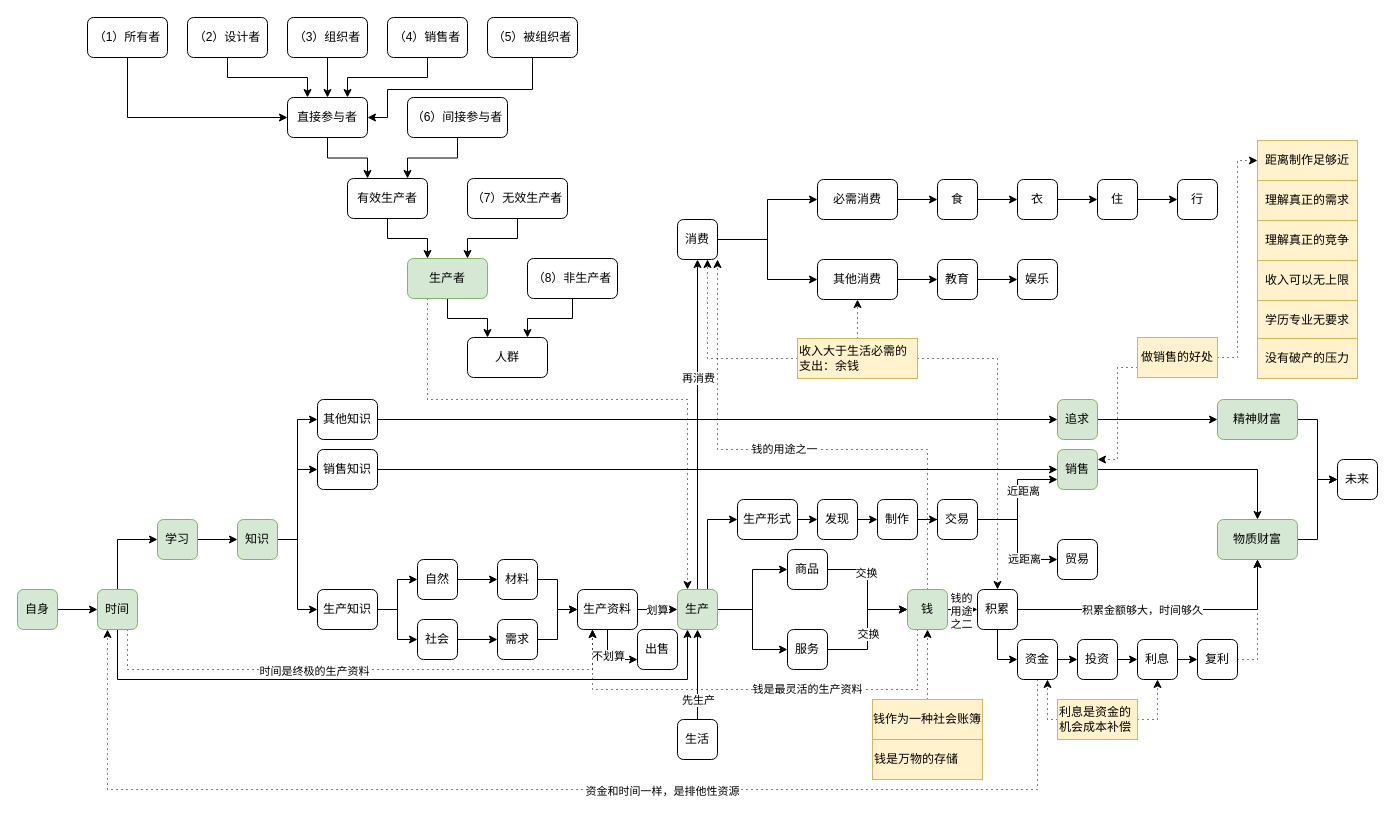
yanhanfrontend/draw.io.workspace keeps this draw.io diagram as 财富的真相.drawio. Above is the earlier version. Source tidied: cells renumbered, new cells numbered last; positions are measured from the earlier drawing's top-left corner, leaving out a move shared by most shapes. Both pictures are drawn from the tidied source at 100%, with x=0, y=0 at pixel (17, 17).
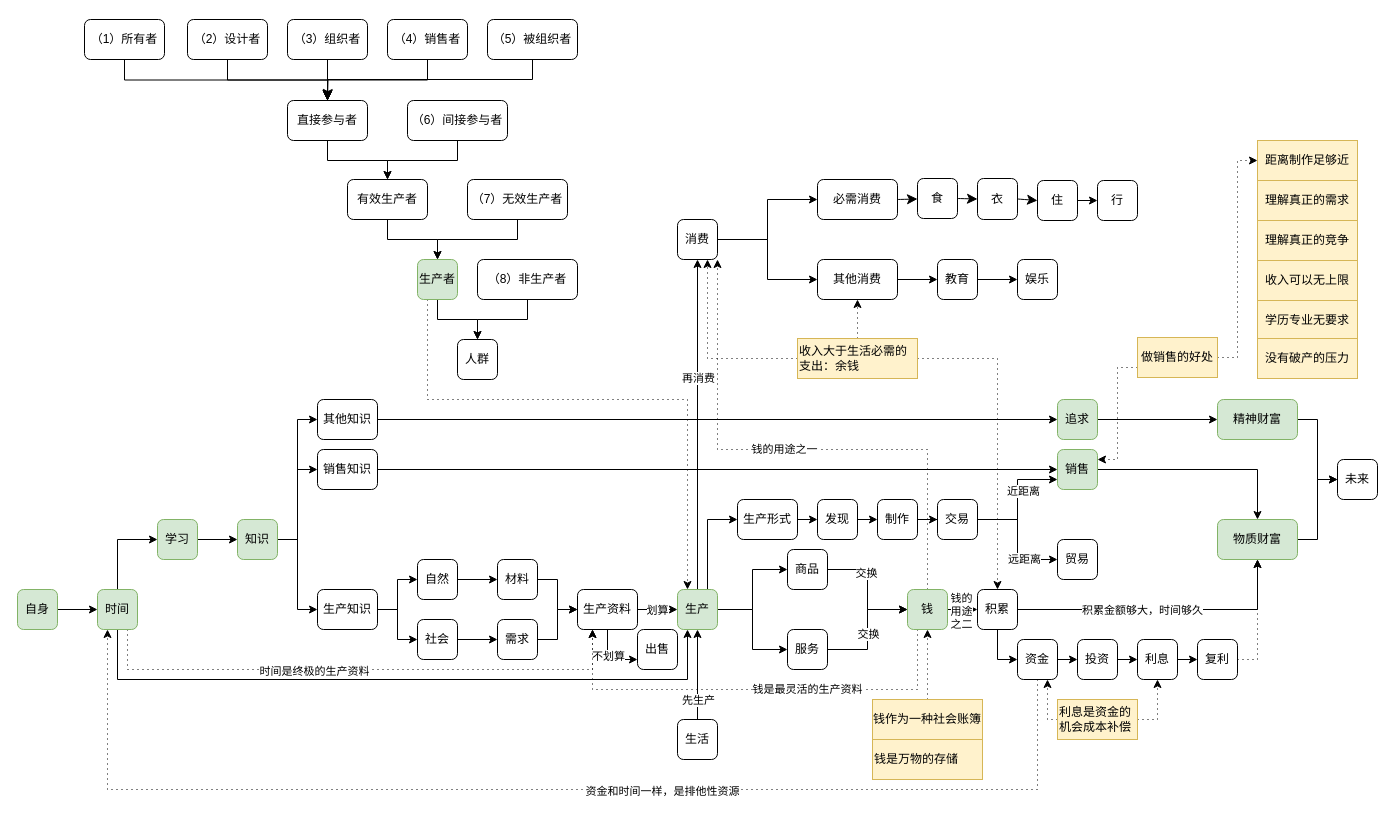
The same diagram, later.

Commit message:
更新财富的真相.drawio

The change refers to these unchanged cells:
```xml
<mxCell id="15" value="必需消费" style="rounded=1;whiteSpace=wrap;html=1;" parent="1" vertex="1">
  <mxGeometry x="800" y="162" width="80" height="40" as="geometry" />
</mxCell>
```

What changed in the source:
```diff
@@
-    <mxCell id="14" style="edgeStyle=orthogonalEdgeStyle;rounded=0;jettySize=auto;html=1;exitX=1;exitY=0.5;exitDx=0;exitDy=0;entryX=0;entryY=0.5;entryDx=0;entryDy=0;" parent="1" edge="1" source="15" target="19">
+    <mxCell id="14" style="edgeStyle=none;curved=1;rounded=0;jettySize=auto;html=1;exitX=1;exitY=0.5;exitDx=0;exitDy=0;fontSize=12;startSize=8;endSize=8;" parent="1" edge="1" source="15" target="19">
       <mxGeometry relative="1" as="geometry" />
     </mxCell>
@@
-    <mxCell id="18" style="edgeStyle=orthogonalEdgeStyle;rounded=0;jettySize=auto;html=1;exitX=1;exitY=0.5;exitDx=0;exitDy=0;entryX=0;entryY=0.5;entryDx=0;entryDy=0;" parent="1" edge="1" source="19" target="21">
+    <mxCell id="18" style="edgeStyle=none;curved=1;rounded=0;jettySize=auto;html=1;exitX=1;exitY=0.5;exitDx=0;exitDy=0;entryX=0;entryY=0.5;entryDx=0;entryDy=0;fontSize=12;startSize=8;endSize=8;" parent="1" edge="1" source="19" target="21">
       <mxGeometry relative="1" as="geometry" />
     </mxCell>
     <mxCell id="19" value="食" style="rounded=1;whiteSpace=wrap;html=1;" parent="1" vertex="1">
-      <mxGeometry x="920" y="162" width="40" height="40" as="geometry" />
+      <mxGeometry x="900" y="161" width="40" height="40" as="geometry" />
     </mxCell>
-    <mxCell id="20" style="edgeStyle=orthogonalEdgeStyle;rounded=0;jettySize=auto;html=1;exitX=1;exitY=0.5;exitDx=0;exitDy=0;entryX=0;entryY=0.5;entryDx=0;entryDy=0;" parent="1" edge="1" source="21" target="23">
+    <mxCell id="20" style="edgeStyle=none;curved=1;rounded=0;jettySize=auto;html=1;exitX=1;exitY=0.5;exitDx=0;exitDy=0;entryX=0;entryY=0.5;entryDx=0;entryDy=0;fontSize=12;startSize=8;endSize=8;" parent="1" edge="1" source="21" target="23">
       <mxGeometry relative="1" as="geometry" />
     </mxCell>
     <mxCell id="21" value="衣" style="rounded=1;whiteSpace=wrap;html=1;" parent="1" vertex="1">
-      <mxGeometry x="1000" y="162" width="40" height="40" as="geometry" />
+      <mxGeometry x="960" y="161" width="40" height="41" as="geometry" />
     </mxCell>
@@
     <mxCell id="23" value="住" style="rounded=1;whiteSpace=wrap;html=1;" parent="1" vertex="1">
-      <mxGeometry x="1080" y="162" width="40" height="40" as="geometry" />
+      <mxGeometry x="1020" y="163" width="40" height="40" as="geometry" />
     </mxCell>
     <mxCell id="24" value="行" style="rounded=1;whiteSpace=wrap;html=1;" parent="1" vertex="1">
-      <mxGeometry x="1160" y="162" width="40" height="40" as="geometry" />
+      <mxGeometry x="1080" y="163" width="40" height="40" as="geometry" />
     </mxCell>
@@
-    <mxCell id="77" style="edgeStyle=orthogonalEdgeStyle;rounded=0;jettySize=auto;html=1;exitX=0.5;exitY=1;exitDx=0;exitDy=0;entryX=0.25;entryY=0;entryDx=0;entryDy=0;" parent="1" edge="1" source="78" target="84">
+    <mxCell id="77" style="edgeStyle=orthogonalEdgeStyle;rounded=0;jettySize=auto;html=1;exitX=0.5;exitY=1;exitDx=0;exitDy=0;entryX=0.5;entryY=0;entryDx=0;entryDy=0;fontSize=12;startSize=8;endSize=8;" parent="1" edge="1" source="78" target="84">
       <mxGeometry relative="1" as="geometry" />
     </mxCell>
     <mxCell id="78" value="（2）设计者" style="rounded=1;whiteSpace=wrap;html=1;" parent="1" vertex="1">
-      <mxGeometry x="170" width="80" height="40" as="geometry" />
+      <mxGeometry x="170" y="2" width="80" height="40" as="geometry" />
     </mxCell>
@@
     <mxCell id="80" value="（3）组织者" style="rounded=1;whiteSpace=wrap;html=1;" parent="1" vertex="1">
-      <mxGeometry x="270" width="80" height="40" as="geometry" />
+      <mxGeometry x="270" y="2" width="80" height="40" as="geometry" />
     </mxCell>
-    <mxCell id="81" style="edgeStyle=orthogonalEdgeStyle;rounded=0;jettySize=auto;html=1;exitX=0.5;exitY=1;exitDx=0;exitDy=0;entryX=0.75;entryY=0;entryDx=0;entryDy=0;" parent="1" edge="1" source="82" target="92">
+    <mxCell id="81" style="edgeStyle=orthogonalEdgeStyle;rounded=0;jettySize=auto;html=1;exitX=0.5;exitY=1;exitDx=0;exitDy=0;entryX=0.5;entryY=0;entryDx=0;entryDy=0;" parent="1" edge="1" source="82" target="92">
       <mxGeometry relative="1" as="geometry" />
     </mxCell>
     <mxCell id="82" value="（6）间接参与者" style="rounded=1;whiteSpace=wrap;html=1;" parent="1" vertex="1">
-      <mxGeometry x="390" y="80" width="100" height="40" as="geometry" />
+      <mxGeometry x="390" y="83" width="100" height="40" as="geometry" />
     </mxCell>
-    <mxCell id="83" style="edgeStyle=orthogonalEdgeStyle;rounded=0;jettySize=auto;html=1;exitX=0.5;exitY=1;exitDx=0;exitDy=0;entryX=0.25;entryY=0;entryDx=0;entryDy=0;" parent="1" edge="1" source="84" target="92">
+    <mxCell id="83" style="edgeStyle=orthogonalEdgeStyle;rounded=0;jettySize=auto;html=1;exitX=0.5;exitY=1;exitDx=0;exitDy=0;entryX=0.5;entryY=0;entryDx=0;entryDy=0;" parent="1" edge="1" source="84" target="92">
       <mxGeometry relative="1" as="geometry" />
     </mxCell>
     <mxCell id="84" value="直接参与者" style="rounded=1;whiteSpace=wrap;html=1;" parent="1" vertex="1">
-      <mxGeometry x="270" y="80" width="80" height="40" as="geometry" />
+      <mxGeometry x="270" y="83" width="80" height="40" as="geometry" />
     </mxCell>
-    <mxCell id="85" style="edgeStyle=orthogonalEdgeStyle;rounded=0;jettySize=auto;html=1;exitX=0.5;exitY=1;exitDx=0;exitDy=0;entryX=1;entryY=0.5;entryDx=0;entryDy=0;" parent="1" edge="1" source="86" target="84">
-      <mxGeometry relative="1" as="geometry">
-        <Array as="points">
-          <mxPoint x="515" y="72" />
-          <mxPoint x="370" y="72" />
-          <mxPoint x="370" y="100" />
-        </Array>
-      </mxGeometry>
-    </mxCell>
+    <mxCell id="153" style="edgeStyle=orthogonalEdgeStyle;shape=connector;rounded=0;jettySize=auto;html=1;exitX=0.5;exitY=1;exitDx=0;exitDy=0;strokeColor=default;align=center;verticalAlign=middle;fontFamily=Helvetica;fontSize=12;fontColor=default;labelBackgroundColor=default;startSize=8;endArrow=classic;endSize=8;" parent="1" edge="1" source="86">
+      <mxGeometry relative="1" as="geometry">
+        <mxPoint x="310" y="82" as="targetPoint" />
+      </mxGeometry>
+    </mxCell>
     <mxCell id="86" value="（5）被组织者" style="rounded=1;whiteSpace=wrap;html=1;" parent="1" vertex="1">
-      <mxGeometry x="470" width="90" height="40" as="geometry" />
+      <mxGeometry x="470" y="2" width="90" height="40" as="geometry" />
     </mxCell>
-    <mxCell id="87" style="edgeStyle=orthogonalEdgeStyle;rounded=0;jettySize=auto;html=1;exitX=0.5;exitY=1;exitDx=0;exitDy=0;entryX=0;entryY=0.5;entryDx=0;entryDy=0;" parent="1" edge="1" source="88" target="84">
+    <mxCell id="87" style="edgeStyle=orthogonalEdgeStyle;rounded=0;jettySize=auto;html=1;exitX=0.5;exitY=1;exitDx=0;exitDy=0;entryX=0.5;entryY=0;entryDx=0;entryDy=0;" parent="1" edge="1" source="88" target="84">
       <mxGeometry relative="1" as="geometry" />
     </mxCell>
     <mxCell id="88" value="（1）所有者" style="rounded=1;whiteSpace=wrap;html=1;" parent="1" vertex="1">
-      <mxGeometry x="70" width="80" height="40" as="geometry" />
+      <mxGeometry x="67" y="2" width="80" height="40" as="geometry" />
     </mxCell>
-    <mxCell id="89" style="edgeStyle=orthogonalEdgeStyle;rounded=0;jettySize=auto;html=1;exitX=0.5;exitY=1;exitDx=0;exitDy=0;entryX=0.75;entryY=0;entryDx=0;entryDy=0;" parent="1" edge="1" source="90" target="84">
+    <mxCell id="89" style="edgeStyle=orthogonalEdgeStyle;rounded=0;jettySize=auto;html=1;exitX=0.5;exitY=1;exitDx=0;exitDy=0;entryX=0.5;entryY=0;entryDx=0;entryDy=0;fontSize=12;startSize=8;endSize=8;" parent="1" edge="1" source="90" target="84">
       <mxGeometry relative="1" as="geometry" />
     </mxCell>
     <mxCell id="90" value="（4）销售者" style="rounded=1;whiteSpace=wrap;html=1;" parent="1" vertex="1">
-      <mxGeometry x="370" width="80" height="40" as="geometry" />
+      <mxGeometry x="370" y="2" width="80" height="40" as="geometry" />
     </mxCell>
-    <mxCell id="91" style="edgeStyle=orthogonalEdgeStyle;rounded=0;jettySize=auto;html=1;exitX=0.5;exitY=1;exitDx=0;exitDy=0;entryX=0.25;entryY=0;entryDx=0;entryDy=0;" parent="1" edge="1" source="92" target="100">
+    <mxCell id="91" style="edgeStyle=orthogonalEdgeStyle;rounded=0;jettySize=auto;html=1;exitX=0.5;exitY=1;exitDx=0;exitDy=0;entryX=0.5;entryY=0;entryDx=0;entryDy=0;" parent="1" edge="1" source="92" target="100">
       <mxGeometry relative="1" as="geometry" />
     </mxCell>
     <mxCell id="92" value="有效生产者" style="rounded=1;whiteSpace=wrap;html=1;" parent="1" vertex="1">
-      <mxGeometry x="330" y="161" width="80" height="40" as="geometry" />
+      <mxGeometry x="330" y="162" width="80" height="40" as="geometry" />
     </mxCell>
-    <mxCell id="93" style="edgeStyle=orthogonalEdgeStyle;rounded=0;jettySize=auto;html=1;exitX=0.5;exitY=1;exitDx=0;exitDy=0;entryX=0.75;entryY=0;entryDx=0;entryDy=0;" parent="1" edge="1" source="94" target="100">
+    <mxCell id="93" style="edgeStyle=orthogonalEdgeStyle;rounded=0;jettySize=auto;html=1;exitX=0.5;exitY=1;exitDx=0;exitDy=0;entryX=0.5;entryY=0;entryDx=0;entryDy=0;" parent="1" edge="1" source="94" target="100">
       <mxGeometry relative="1" as="geometry" />
     </mxCell>
     <mxCell id="94" value="（7）无效生产者" style="rounded=1;whiteSpace=wrap;html=1;" parent="1" vertex="1">
-      <mxGeometry x="450" y="161" width="100" height="40" as="geometry" />
+      <mxGeometry x="450" y="162" width="100" height="40" as="geometry" />
     </mxCell>
-    <mxCell id="95" style="edgeStyle=orthogonalEdgeStyle;rounded=0;jettySize=auto;html=1;exitX=0.5;exitY=1;exitDx=0;exitDy=0;entryX=0.75;entryY=0;entryDx=0;entryDy=0;" parent="1" edge="1" source="96" target="97">
+    <mxCell id="95" style="edgeStyle=orthogonalEdgeStyle;rounded=0;jettySize=auto;html=1;exitX=0.5;exitY=1;exitDx=0;exitDy=0;entryX=0.5;entryY=0;entryDx=0;entryDy=0;" parent="1" edge="1" source="96" target="97">
       <mxGeometry relative="1" as="geometry" />
     </mxCell>
     <mxCell id="96" value="（8）非生产者" style="rounded=1;whiteSpace=wrap;html=1;" parent="1" vertex="1">
-      <mxGeometry x="510" y="241" width="90" height="40" as="geometry" />
+      <mxGeometry x="460" y="242" width="100" height="40" as="geometry" />
     </mxCell>
     <mxCell id="97" value="人群" style="rounded=1;whiteSpace=wrap;html=1;" parent="1" vertex="1">
-      <mxGeometry x="450" y="320" width="80" height="40" as="geometry" />
+      <mxGeometry x="440" y="322" width="40" height="40" as="geometry" />
     </mxCell>
-    <mxCell id="98" style="edgeStyle=orthogonalEdgeStyle;rounded=0;jettySize=auto;html=1;exitX=0.5;exitY=1;exitDx=0;exitDy=0;entryX=0.25;entryY=0;entryDx=0;entryDy=0;" parent="1" edge="1" source="100" target="97">
+    <mxCell id="98" style="edgeStyle=orthogonalEdgeStyle;rounded=0;jettySize=auto;html=1;exitX=0.5;exitY=1;exitDx=0;exitDy=0;entryX=0.5;entryY=0;entryDx=0;entryDy=0;" parent="1" edge="1" source="100" target="97">
       <mxGeometry relative="1" as="geometry" />
     </mxCell>
@@
     <mxCell id="100" value="生产者" style="rounded=1;whiteSpace=wrap;html=1;fillColor=#d5e8d4;strokeColor=#82b366;" parent="1" vertex="1">
-      <mxGeometry x="390" y="241" width="80" height="40" as="geometry" />
+      <mxGeometry x="400" y="242" width="40" height="40" as="geometry" />
     </mxCell>
```
